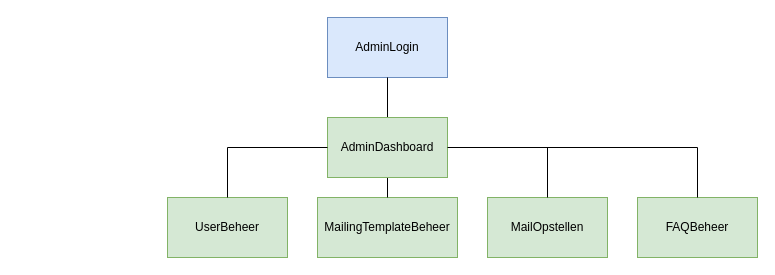
Before: documentation/SiteMapAdmin.drawio in jack-jadoenath/MassaMailer, a draw.io diagram. Source tidied: cells renumbered, new cells numbered last; positions are measured from the earlier drawing's top-left corner, leaving out a move shared by most shapes. Both pictures are drawn from the tidied source at 100%, with x=0, y=0 at pixel (167, 17).
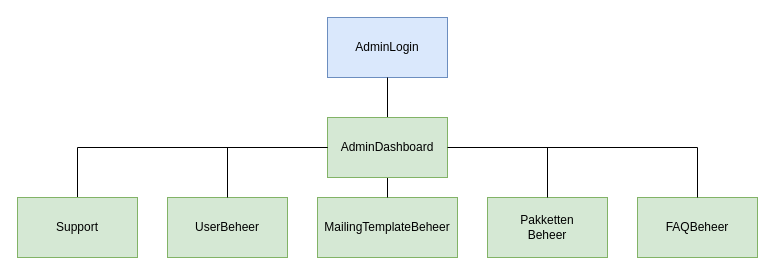
The same page after the edit.

The change refers to these unchanged cells:
```xml
<mxCell id="8" value="&lt;div&gt;AdminDashboard&lt;/div&gt;" style="rounded=0;whiteSpace=wrap;html=1;fillColor=#d5e8d4;strokeColor=#82b366;" parent="1" vertex="1">
  <mxGeometry x="160" y="100" width="120" height="60" as="geometry" />
</mxCell>
```

Change to the diagram source:
```diff
@@
-    <mxCell id="6" value="&lt;div&gt;MailOpstellen&lt;/div&gt;" style="rounded=0;whiteSpace=wrap;html=1;fillColor=#d5e8d4;strokeColor=#82b366;" parent="1" vertex="1">
+    <mxCell id="6" value="&lt;div&gt;Pakketten&lt;/div&gt;&lt;div&gt;Beheer&lt;/div&gt;" style="rounded=0;whiteSpace=wrap;html=1;fillColor=#d5e8d4;strokeColor=#82b366;" parent="1" vertex="1">
       <mxGeometry x="320" y="180" width="120" height="60" as="geometry" />
     </mxCell>
@@
+    <mxCell id="13" style="endArrow=none;html=1;entryX=0;entryY=0.5;entryDx=0;entryDy=0;exitX=0.5;exitY=0;exitDx=0;exitDy=0;rounded=0;" parent="1" edge="1" source="14" target="8">
+      <mxGeometry relative="1" as="geometry">
+        <Array as="points">
+          <mxPoint x="-90" y="130" />
+        </Array>
+      </mxGeometry>
+    </mxCell>
+    <mxCell id="14" value="&lt;div&gt;Support&lt;/div&gt;" style="rounded=0;whiteSpace=wrap;html=1;fillColor=#d5e8d4;strokeColor=#82b366;" parent="1" vertex="1">
+      <mxGeometry x="-150" y="180" width="120" height="60" as="geometry" />
+    </mxCell>
```
